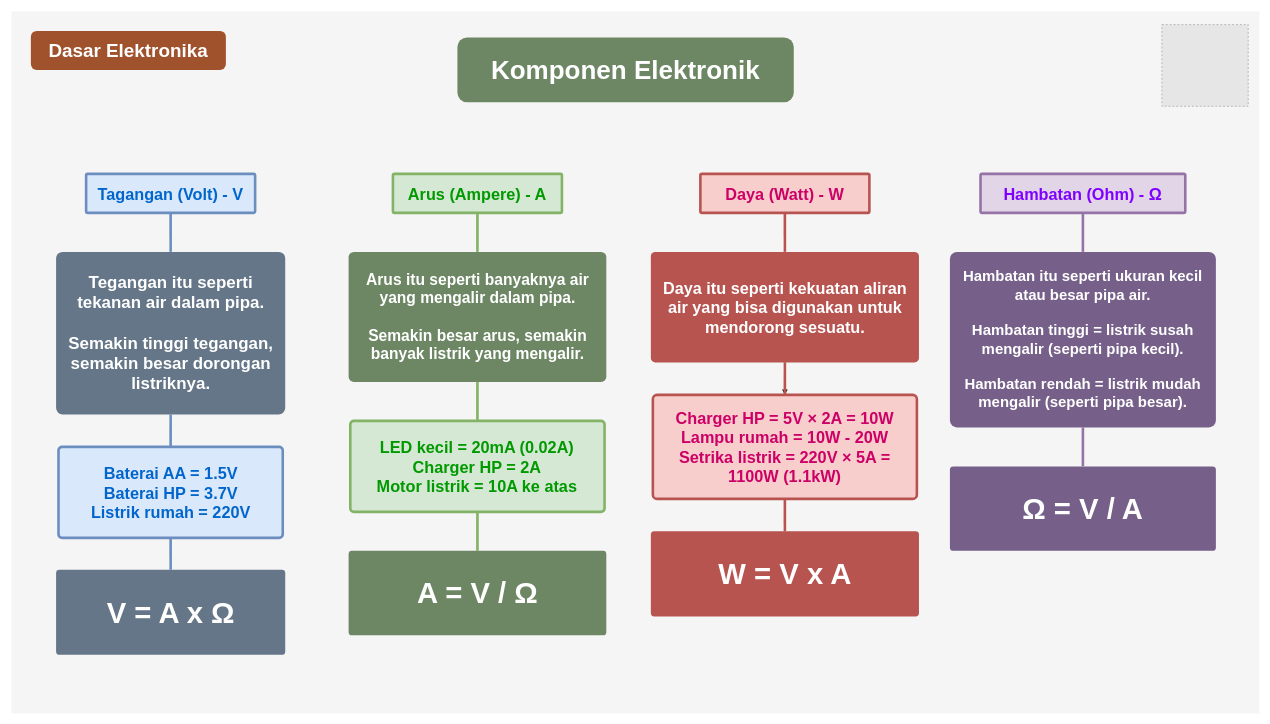
Earlier version of the draw.io diagram Roadmap/Tahap 1/12. Satuan Listrik.drawio (syukrillah0108/oxi-hrd-25). Source tidied: cells renumbered, new cells numbered last; positions are measured from the earlier drawing's top-left corner, leaving out a move shared by most shapes. Both pictures are drawn from the tidied source at 65%, with x=0, y=0 at pixel (11, 11). Pictures stored in the file or linked from it are replaced by grey dashed boxes.
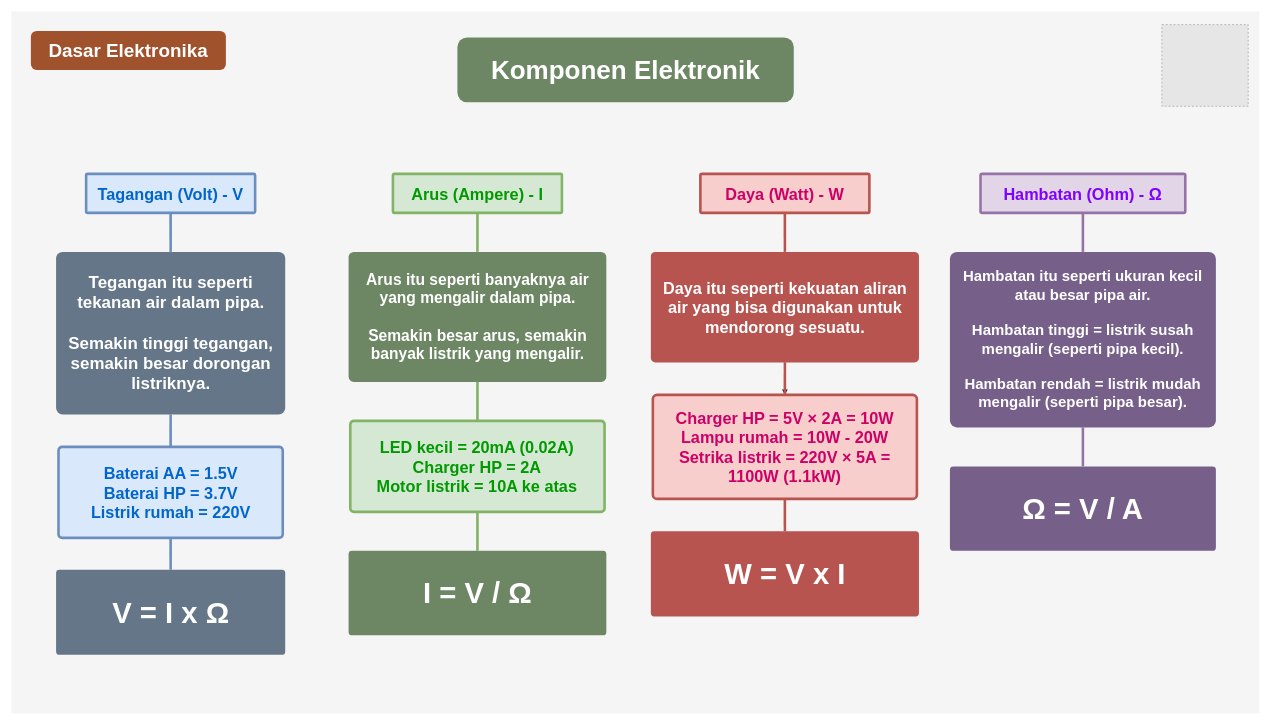
The same page after the edit.

Commit message (it also covers changes not shown here):
Refactor inverter.drawio: Adjust edge styles and geometry properties for improved layout and clarity

What changed in the source:
```diff
@@
-    <mxCell id="6" value="Arus (Ampere) - A" style="rounded=1;whiteSpace=wrap;html=1;strokeWidth=4;arcSize=4;fillColor=#d5e8d4;strokeColor=#82b366;fontStyle=1;fontSize=25;fontColor=#009900;" parent="1" vertex="1">
+    <mxCell id="6" value="Arus (Ampere) - I" style="rounded=1;whiteSpace=wrap;html=1;strokeWidth=4;arcSize=4;fillColor=#d5e8d4;strokeColor=#82b366;fontStyle=1;fontSize=25;fontColor=#009900;" parent="1" vertex="1">
       <mxGeometry x="587" y="250" width="260" height="60" as="geometry" />
     </mxCell>
@@
-    <mxCell id="22" value="&lt;div&gt;&lt;font color=&quot;#ffffff&quot;&gt;V = A x&amp;nbsp;Ω&lt;/font&gt;&lt;/div&gt;" style="rounded=1;whiteSpace=wrap;html=1;strokeWidth=4;arcSize=4;fillColor=#647687;strokeColor=none;fontSize=45;fontStyle=1;fontColor=#ffffff;" parent="1" vertex="1">
+    <mxCell id="22" value="&lt;div&gt;&lt;font color=&quot;#ffffff&quot;&gt;V = I x&amp;nbsp;Ω&lt;/font&gt;&lt;/div&gt;" style="rounded=1;whiteSpace=wrap;html=1;strokeWidth=4;arcSize=4;fillColor=#647687;strokeColor=none;fontSize=45;fontStyle=1;fontColor=#ffffff;" parent="1" vertex="1">
       <mxGeometry x="68.8" y="859" width="352.5" height="131" as="geometry" />
     </mxCell>
-    <mxCell id="23" value="W = V x A" style="rounded=1;whiteSpace=wrap;html=1;strokeWidth=4;arcSize=4;fillColor=#b85450;strokeColor=none;fontSize=45;fontStyle=1;fontColor=#ffffff;" parent="1" vertex="1">
+    <mxCell id="23" value="W = V x I" style="rounded=1;whiteSpace=wrap;html=1;strokeWidth=4;arcSize=4;fillColor=#b85450;strokeColor=none;fontSize=45;fontStyle=1;fontColor=#ffffff;" parent="1" vertex="1">
       <mxGeometry x="983.8" y="800" width="412.5" height="131" as="geometry" />
     </mxCell>
-    <mxCell id="24" value="&lt;div&gt;&lt;font color=&quot;#ffffff&quot;&gt;A = V /&amp;nbsp;Ω&lt;/font&gt;&lt;/div&gt;" style="rounded=1;whiteSpace=wrap;html=1;strokeWidth=4;arcSize=4;fillColor=#6d8764;strokeColor=none;fontSize=45;fontStyle=1;fontColor=#ffffff;" parent="1" vertex="1">
+    <mxCell id="24" value="&lt;div&gt;&lt;font color=&quot;#ffffff&quot;&gt;I = V /&amp;nbsp;Ω&lt;/font&gt;&lt;/div&gt;" style="rounded=1;whiteSpace=wrap;html=1;strokeWidth=4;arcSize=4;fillColor=#6d8764;strokeColor=none;fontSize=45;fontStyle=1;fontColor=#ffffff;" parent="1" vertex="1">
       <mxGeometry x="518.8" y="830" width="396.5" height="130" as="geometry" />
     </mxCell>
```
